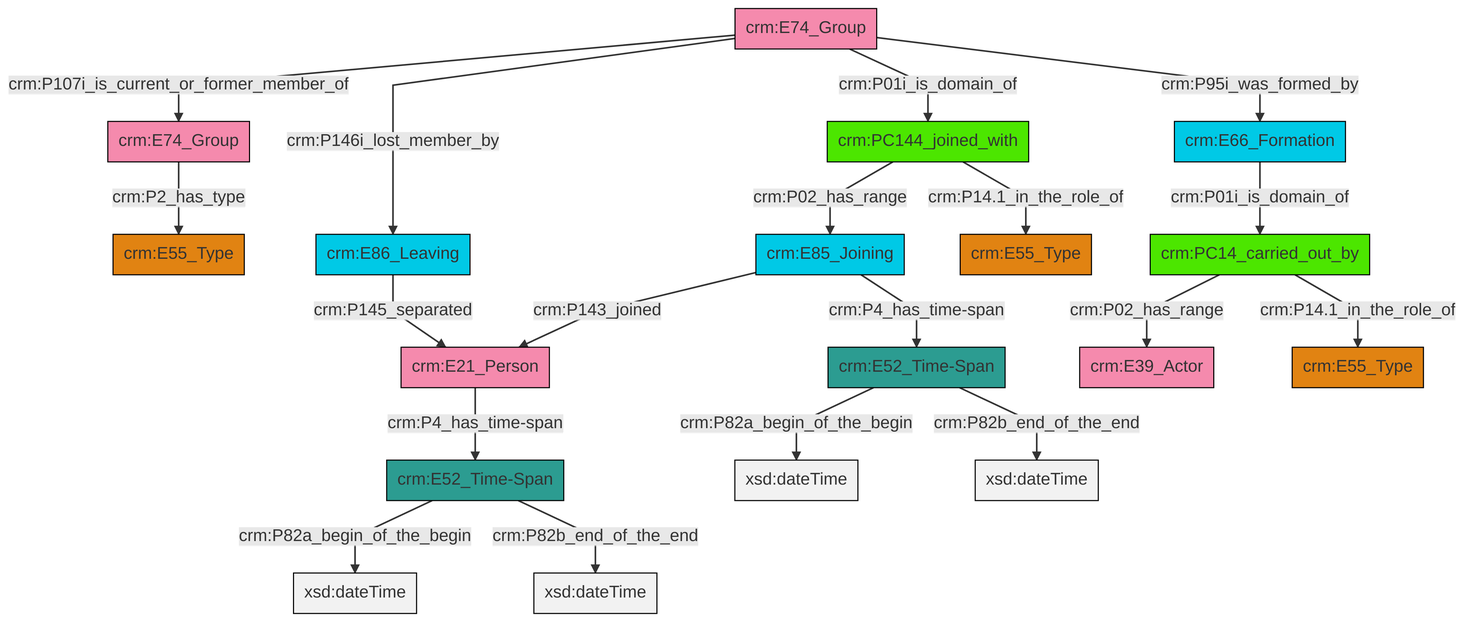
swiss-art-research-net/reference-data-models keeps this Mermaid diagram as et/groupCSV/ttl/mmd/png/group_actor_relations.png. Above is the earlier version. Its source is kept beside it as et/groupCSV/ttl/mmd/group_actor_relations.ttl.mmd.
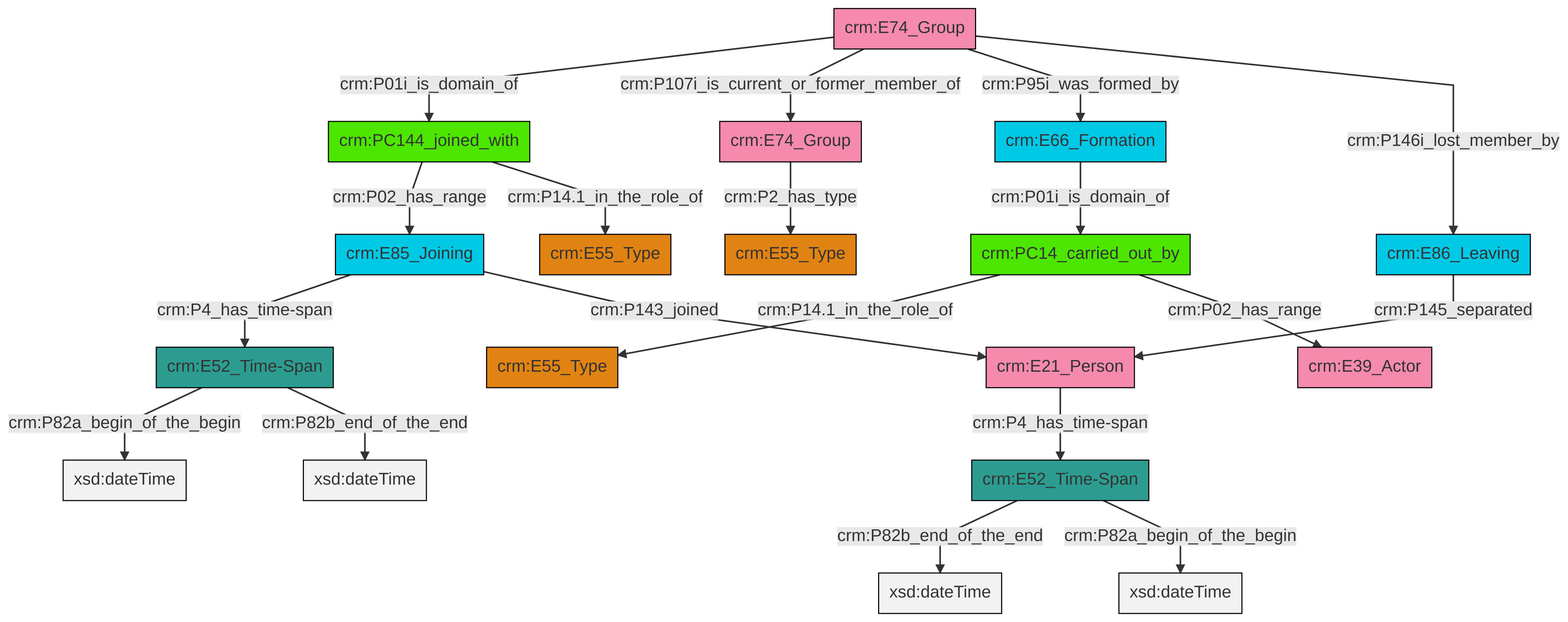
After the change.

Diff of the diagram source:
```diff
@@ -13,21 +13,21 @@
 classDef PC_Classes fill:#4ce600, stroke:#000000;
 classDef Multi fill:#cccccc,stroke:#000000;
 
+0["crm:PC144_joined_with"]:::PC_Classes -->|crm:P02_has_range| 1["crm:E85_Joining"]:::Temporal_Entity
+2["crm:PC14_carried_out_by"]:::PC_Classes -->|crm:P14.1_in_the_role_of| 3["crm:E55_Type"]:::Type
 4["crm:E52_Time-Span"]:::Time-Span -->|crm:P82a_begin_of_the_begin| 5[xsd:dateTime]:::Literal
-6["crm:E52_Time-Span"]:::Time-Span -->|crm:P82a_begin_of_the_begin| 7[xsd:dateTime]:::Literal
-8["crm:E21_Person"]:::Actor -->|crm:P4_has_time-span| 4["crm:E52_Time-Span"]:::Time-Span
-9["crm:E74_Group"]:::Actor -->|crm:P107i_is_current_or_former_member_of| 2["crm:E74_Group"]:::Actor
-6["crm:E52_Time-Span"]:::Time-Span -->|crm:P82b_end_of_the_end| 10[xsd:dateTime]:::Literal
-15["crm:E86_Leaving"]:::Temporal_Entity -->|crm:P145_separated| 8["crm:E21_Person"]:::Actor
-16["crm:PC144_joined_with"]:::PC_Classes -->|crm:P02_has_range| 13["crm:E85_Joining"]:::Temporal_Entity
-9["crm:E74_Group"]:::Actor -->|crm:P01i_is_domain_of| 16["crm:PC144_joined_with"]:::PC_Classes
-13["crm:E85_Joining"]:::Temporal_Entity -->|crm:P143_joined| 8["crm:E21_Person"]:::Actor
-16["crm:PC144_joined_with"]:::PC_Classes -->|crm:P14.1_in_the_role_of| 17["crm:E55_Type"]:::Type
-13["crm:E85_Joining"]:::Temporal_Entity -->|crm:P4_has_time-span| 6["crm:E52_Time-Span"]:::Time-Span
-2["crm:E74_Group"]:::Actor -->|crm:P2_has_type| 0["crm:E55_Type"]:::Type
-21["crm:PC14_carried_out_by"]:::PC_Classes -->|crm:P14.1_in_the_role_of| 22["crm:E55_Type"]:::Type
-18["crm:E66_Formation"]:::Temporal_Entity -->|crm:P01i_is_domain_of| 21["crm:PC14_carried_out_by"]:::PC_Classes
-21["crm:PC14_carried_out_by"]:::PC_Classes -->|crm:P02_has_range| 11["crm:E39_Actor"]:::Actor
-4["crm:E52_Time-Span"]:::Time-Span -->|crm:P82b_end_of_the_end| 24[xsd:dateTime]:::Literal
-9["crm:E74_Group"]:::Actor -->|crm:P95i_was_formed_by| 18["crm:E66_Formation"]:::Temporal_Entity
-9["crm:E74_Group"]:::Actor -->|crm:P146i_lost_member_by| 15["crm:E86_Leaving"]:::Temporal_Entity
+11["crm:E52_Time-Span"]:::Time-Span -->|crm:P82b_end_of_the_end| 12[xsd:dateTime]:::Literal
+15["crm:E66_Formation"]:::Temporal_Entity -->|crm:P01i_is_domain_of| 2["crm:PC14_carried_out_by"]:::PC_Classes
+2["crm:PC14_carried_out_by"]:::PC_Classes -->|crm:P02_has_range| 13["crm:E39_Actor"]:::Actor
+21["crm:E86_Leaving"]:::Temporal_Entity -->|crm:P145_separated| 8["crm:E21_Person"]:::Actor
+16["crm:E74_Group"]:::Actor -->|crm:P01i_is_domain_of| 0["crm:PC144_joined_with"]:::PC_Classes
+1["crm:E85_Joining"]:::Temporal_Entity -->|crm:P4_has_time-span| 4["crm:E52_Time-Span"]:::Time-Span
+4["crm:E52_Time-Span"]:::Time-Span -->|crm:P82b_end_of_the_end| 22[xsd:dateTime]:::Literal
+19["crm:E74_Group"]:::Actor -->|crm:P2_has_type| 6["crm:E55_Type"]:::Type
+11["crm:E52_Time-Span"]:::Time-Span -->|crm:P82a_begin_of_the_begin| 23[xsd:dateTime]:::Literal
+8["crm:E21_Person"]:::Actor -->|crm:P4_has_time-span| 11["crm:E52_Time-Span"]:::Time-Span
+0["crm:PC144_joined_with"]:::PC_Classes -->|crm:P14.1_in_the_role_of| 25["crm:E55_Type"]:::Type
+1["crm:E85_Joining"]:::Temporal_Entity -->|crm:P143_joined| 8["crm:E21_Person"]:::Actor
+16["crm:E74_Group"]:::Actor -->|crm:P107i_is_current_or_former_member_of| 19["crm:E74_Group"]:::Actor
+16["crm:E74_Group"]:::Actor -->|crm:P95i_was_formed_by| 15["crm:E66_Formation"]:::Temporal_Entity
+16["crm:E74_Group"]:::Actor -->|crm:P146i_lost_member_by| 21["crm:E86_Leaving"]:::Temporal_Entity
```
